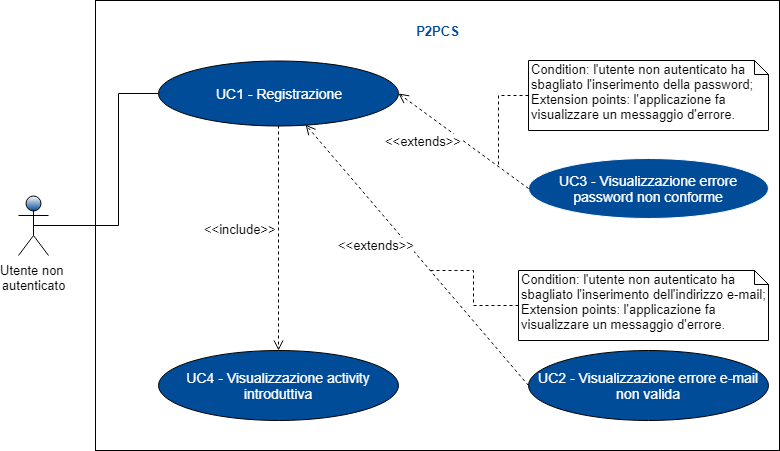
Before: RR/Esterni/Analisi_dei_requisiti/res/images/Schemagenerale1.png, a diagram exported from draw.io (ZeusCode17/P2PCS). Source tidied: cells renumbered, new cells last; positions are measured from the earlier drawing's top-left corner, leaving out a move shared by most shapes.
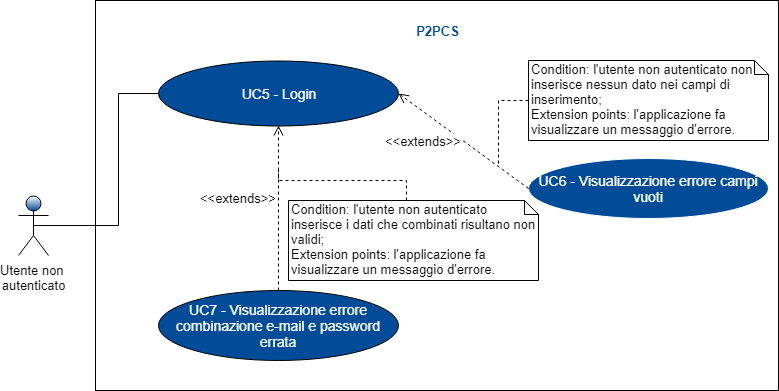
The same file after the commit.

What changed in the source:
```diff
@@ -3,7 +3,7 @@
     <mxCell id="0" />
     <mxCell id="1" parent="0" />
     <mxCell id="2" style="rounded=0;whiteSpace=wrap;html=1;" parent="1" vertex="1">
-      <mxGeometry x="77" width="684" height="450" as="geometry" />
+      <mxGeometry x="77" width="683" height="390" as="geometry" />
     </mxCell>
     <mxCell id="3" style="edgeStyle=orthogonalEdgeStyle;rounded=0;jettySize=auto;html=1;endArrow=none;endFill=0;fontSize=14;fontColor=#FFFFFF;exitX=0.5;exitY=0.5;exitDx=0;exitDy=0;exitPerimeter=0;" parent="1" edge="1" source="4" target="5">
       <mxGeometry relative="1" as="geometry">
@@ -16,45 +16,39 @@
     <mxCell id="4" value="Utente non &lt;br&gt;autenticato&lt;br style=&quot;font-size: 13px&quot;&gt;" style="shape=umlActor;verticalLabelPosition=bottom;labelBackgroundColor=#ffffff;verticalAlign=top;html=1;shadow=0;strokeColor=#000000;fillColor=#004C99;gradientColor=#ffffff;fontFamily=Helvetica;fontSize=13;fontColor=#000000;gradientDirection=north;" parent="1" vertex="1">
       <mxGeometry y="195" width="30" height="60" as="geometry" />
     </mxCell>
-    <mxCell id="5" value="UC1 - Registrazione&lt;br&gt;" style="ellipse;whiteSpace=wrap;html=1;fontSize=14;fontColor=#FFFFFF;fillColor=#004C99;" parent="1" vertex="1">
+    <mxCell id="5" value="UC5&amp;nbsp;- Login&lt;br&gt;" style="ellipse;whiteSpace=wrap;html=1;fontSize=14;fontColor=#FFFFFF;fillColor=#004C99;" parent="1" vertex="1">
       <mxGeometry x="140" y="60" width="240" height="65" as="geometry" />
     </mxCell>
-    <mxCell id="6" value="UC2 - Visualizzazione errore e-mail non valida" style="ellipse;whiteSpace=wrap;html=1;fontSize=14;fontColor=#FFFFFF;fillColor=#004C99;" parent="1" vertex="1">
-      <mxGeometry x="510" y="350" width="240" height="70" as="geometry" />
+    <mxCell id="6" value="UC7 - Visualizzazione errore combinazione e-mail e password errata" style="ellipse;whiteSpace=wrap;html=1;fontSize=14;fontColor=#FFFFFF;fillColor=#004C99;" parent="1" vertex="1">
+      <mxGeometry x="140" y="290" width="240" height="70" as="geometry" />
     </mxCell>
-    <mxCell id="7" value="UC3 - Visualizzazione errore password non conforme&lt;br&gt;" style="ellipse;whiteSpace=wrap;html=1;strokeColor=#FFFFFF;fillColor=#004C99;fontSize=14;fontColor=#FFFFFF;" parent="1" vertex="1">
+    <mxCell id="7" value="UC6 - Visualizzazione errore campi vuoti&lt;br&gt;" style="ellipse;whiteSpace=wrap;html=1;strokeColor=#FFFFFF;fillColor=#004C99;fontSize=14;fontColor=#FFFFFF;" parent="1" vertex="1">
       <mxGeometry x="510" y="157.5" width="240" height="60" as="geometry" />
     </mxCell>
     <mxCell id="8" value="P2PCS" style="text;html=1;strokeColor=none;fillColor=none;align=center;verticalAlign=middle;whiteSpace=wrap;rounded=0;fontSize=13;fontStyle=1;fontColor=#004C99;" parent="1" vertex="1">
       <mxGeometry x="382.5" y="20" width="73" height="20" as="geometry" />
     </mxCell>
-    <mxCell id="9" value="UC4 - Visualizzazione activity introduttiva" style="ellipse;whiteSpace=wrap;html=1;fontSize=14;fontColor=#FFFFFF;fillColor=#004C99;" parent="1" vertex="1">
-      <mxGeometry x="140" y="350" width="240" height="70" as="geometry" />
-    </mxCell>
     <mxCell id="10" value="&amp;lt;&amp;lt;extends&amp;gt;&amp;gt;&lt;br&gt;" style="html=1;verticalAlign=middle;endArrow=open;dashed=1;endSize=8;fontSize=13;fontColor=#000000;entryX=1;entryY=0.5;entryDx=0;entryDy=0;exitX=0;exitY=0.5;exitDx=0;exitDy=0;labelPosition=left;verticalLabelPosition=middle;align=right;" parent="1" edge="1" source="7" target="5">
       <mxGeometry relative="1" as="geometry" />
     </mxCell>
-    <mxCell id="11" value="&amp;lt;&amp;lt;extends&amp;gt;&amp;gt;" style="html=1;verticalAlign=bottom;endArrow=open;dashed=1;endSize=8;fontSize=13;fontColor=#000000;labelPosition=left;verticalLabelPosition=top;align=right;exitX=0;exitY=0.5;exitDx=0;exitDy=0;" parent="1" edge="1" source="6" target="5">
+    <mxCell id="11" value="&amp;lt;&amp;lt;extends&amp;gt;&amp;gt;" style="html=1;verticalAlign=bottom;endArrow=open;dashed=1;endSize=8;fontSize=13;fontColor=#000000;labelPosition=left;verticalLabelPosition=top;align=right;exitX=0.5;exitY=0;exitDx=0;exitDy=0;" parent="1" edge="1" source="6" target="5">
       <mxGeometry relative="1" as="geometry" />
     </mxCell>
-    <mxCell id="12" value="&amp;lt;&amp;lt;include&amp;gt;&amp;gt;" style="html=1;verticalAlign=bottom;endArrow=open;dashed=1;endSize=8;fontSize=13;fontColor=#000000;exitX=0.5;exitY=1;exitDx=0;exitDy=0;entryX=0.5;entryY=0;entryDx=0;entryDy=0;labelPosition=left;verticalLabelPosition=top;align=right;" parent="1" edge="1" source="5" target="9">
-      <mxGeometry relative="1" as="geometry" />
-    </mxCell>
     <mxCell id="13" style="edgeStyle=orthogonalEdgeStyle;rounded=0;jettySize=auto;html=1;exitX=0;exitY=0.5;exitDx=0;exitDy=0;exitPerimeter=0;fontSize=13;fontColor=#000000;dashed=1;endArrow=none;endFill=0;" parent="1" edge="1" source="14">
       <mxGeometry relative="1" as="geometry">
         <mxPoint x="480" y="165" as="targetPoint" />
       </mxGeometry>
     </mxCell>
-    <mxCell id="14" value="Condition:&amp;nbsp;l'utente non autenticato ha sbagliato l'inserimento della password;&lt;br style=&quot;font-size: 13px;&quot;&gt;Extension points:&amp;nbsp;l'applicazione fa visualizzare un messaggio d'errore.&lt;br style=&quot;font-size: 13px;&quot;&gt;" style="shape=note;whiteSpace=wrap;html=1;size=14;verticalAlign=top;align=left;spacingTop=-6;fontSize=13;fontColor=#000000;" parent="1" vertex="1">
-      <mxGeometry x="510" y="60" width="240" height="70" as="geometry" />
+    <mxCell id="14" value="Condition:&amp;nbsp;l'utente non autenticato non inserisce nessun dato nei campi di inserimento;&lt;br style=&quot;font-size: 13px&quot;&gt;Extension points:&amp;nbsp;l'applicazione fa visualizzare un messaggio d'errore.&lt;br style=&quot;font-size: 13px&quot;&gt;" style="shape=note;whiteSpace=wrap;html=1;size=14;verticalAlign=top;align=left;spacingTop=-6;fontSize=13;fontColor=#000000;" parent="1" vertex="1">
+      <mxGeometry x="510" y="60" width="240" height="80" as="geometry" />
     </mxCell>
-    <mxCell id="15" style="edgeStyle=orthogonalEdgeStyle;rounded=0;jettySize=auto;html=1;exitX=0;exitY=0.5;exitDx=0;exitDy=0;exitPerimeter=0;dashed=1;endArrow=none;endFill=0;fontSize=13;fontColor=#000000;" parent="1" edge="1" source="16">
-      <mxGeometry relative="1" as="geometry">
-        <mxPoint x="410" y="270" as="targetPoint" />
-      </mxGeometry>
-    </mxCell>
+    <mxCell id="17" style="edgeStyle=orthogonalEdgeStyle;rounded=0;jettySize=auto;html=1;exitX=0;exitY=0;exitDx=118;exitDy=0;exitPerimeter=0;endArrow=none;endFill=0;dashed=1;" parent="1" edge="1" source="16">
+      <mxGeometry relative="1" as="geometry">
+        <mxPoint x="260" y="170" as="targetPoint" />
+      </mxGeometry>
+    </mxCell>
-    <mxCell id="16" value="Condition: l'utente non autenticato ha sbagliato l'inserimento dell'indirizzo e-mail; &lt;br&gt;Extension points:&amp;nbsp;l'applicazione fa visualizzare un messaggio d'errore.&lt;br&gt;" style="shape=note;whiteSpace=wrap;html=1;size=14;verticalAlign=top;align=left;spacingTop=-6;fontSize=13;fontColor=#000000;" parent="1" vertex="1">
-      <mxGeometry x="500" y="270" width="250" height="70" as="geometry" />
+    <mxCell id="16" value="Condition: l'utente non autenticato inserisce i dati che combinati risultano non validi; &lt;br&gt;Extension points:&amp;nbsp;l'applicazione fa visualizzare un messaggio d'errore.&lt;br&gt;" style="shape=note;whiteSpace=wrap;html=1;size=14;verticalAlign=top;align=left;spacingTop=-6;fontSize=13;fontColor=#000000;" parent="1" vertex="1">
+      <mxGeometry x="270" y="200" width="250" height="80" as="geometry" />
     </mxCell>
   </root>
 </mxGraphModel>
```
